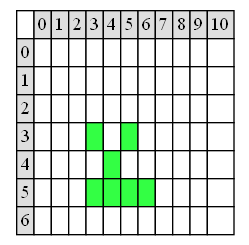
This is Matriz.png from MarisolPs618/IPC2_Proyecto1_202112395, a Graphviz export, as it was before one commit. Its source is kept beside it as Matriz.dot.
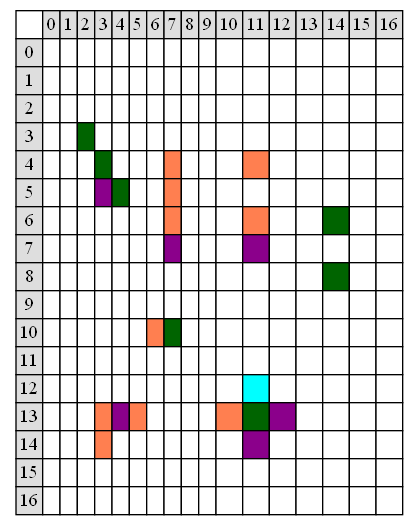
The same file after the commit.

The edit, as a diff of the source:
```diff
@@ -16,9 +16,21 @@
 <td bgcolor="gray87">8</td>
 <td bgcolor="gray87">9</td>
 <td bgcolor="gray87">10</td>
+<td bgcolor="gray87">11</td>
+<td bgcolor="gray87">12</td>
+<td bgcolor="gray87">13</td>
+<td bgcolor="gray87">14</td>
+<td bgcolor="gray87">15</td>
+<td bgcolor="gray87">16</td>
 </tr>
 <tr>
 <td bgcolor="gray87">0</td>
+<td bgcolor="white"></td>
+<td bgcolor="white"></td>
+<td bgcolor="white"></td>
+<td bgcolor="white"></td>
+<td bgcolor="white"></td>
+<td bgcolor="white"></td>
 <td bgcolor="white"></td>
 <td bgcolor="white"></td>
 <td bgcolor="white"></td>
@@ -44,9 +56,21 @@
 <td bgcolor="white"></td>
 <td bgcolor="white"></td>
 <td bgcolor="white"></td>
+<td bgcolor="white"></td>
+<td bgcolor="white"></td>
+<td bgcolor="white"></td>
+<td bgcolor="white"></td>
+<td bgcolor="white"></td>
+<td bgcolor="white"></td>
 </tr>
 <tr>
 <td bgcolor="gray87">2</td>
+<td bgcolor="white"></td>
+<td bgcolor="white"></td>
+<td bgcolor="white"></td>
+<td bgcolor="white"></td>
+<td bgcolor="white"></td>
+<td bgcolor="white"></td>
 <td bgcolor="white"></td>
 <td bgcolor="white"></td>
 <td bgcolor="white"></td>
@@ -63,10 +87,16 @@
 <td bgcolor="gray87">3</td>
 <td bgcolor="white"></td>
 <td bgcolor="white"></td>
+<td bgcolor="#006400"></td>
 <td bgcolor="white"></td>
-<td bgcolor="#33FF44"></td>
 <td bgcolor="white"></td>
-<td bgcolor="#33FF44"></td>
+<td bgcolor="white"></td>
+<td bgcolor="white"></td>
+<td bgcolor="white"></td>
+<td bgcolor="white"></td>
+<td bgcolor="white"></td>
+<td bgcolor="white"></td>
+<td bgcolor="white"></td>
 <td bgcolor="white"></td>
 <td bgcolor="white"></td>
 <td bgcolor="white"></td>
@@ -78,9 +108,15 @@
 <td bgcolor="white"></td>
 <td bgcolor="white"></td>
 <td bgcolor="white"></td>
+<td bgcolor="#006400"></td>
 <td bgcolor="white"></td>
-<td bgcolor="#33FF44"></td>
 <td bgcolor="white"></td>
+<td bgcolor="white"></td>
+<td bgcolor="#FF7F50"></td>
+<td bgcolor="white"></td>
+<td bgcolor="white"></td>
+<td bgcolor="white"></td>
+<td bgcolor="#FF7F50"></td>
 <td bgcolor="white"></td>
 <td bgcolor="white"></td>
 <td bgcolor="white"></td>
@@ -92,10 +128,16 @@
 <td bgcolor="white"></td>
 <td bgcolor="white"></td>
 <td bgcolor="white"></td>
-<td bgcolor="#33FF44"></td>
-<td bgcolor="#33FF44"></td>
-<td bgcolor="#33FF44"></td>
-<td bgcolor="#33FF44"></td>
+<td bgcolor="#8B008B"></td>
+<td bgcolor="#006400"></td>
+<td bgcolor="white"></td>
+<td bgcolor="white"></td>
+<td bgcolor="#FF7F50"></td>
+<td bgcolor="white"></td>
+<td bgcolor="white"></td>
+<td bgcolor="white"></td>
+<td bgcolor="white"></td>
+<td bgcolor="white"></td>
 <td bgcolor="white"></td>
 <td bgcolor="white"></td>
 <td bgcolor="white"></td>
@@ -110,6 +152,212 @@
 <td bgcolor="white"></td>
 <td bgcolor="white"></td>
 <td bgcolor="white"></td>
+<td bgcolor="#FF7F50"></td>
+<td bgcolor="white"></td>
+<td bgcolor="white"></td>
+<td bgcolor="white"></td>
+<td bgcolor="#FF7F50"></td>
+<td bgcolor="white"></td>
+<td bgcolor="white"></td>
+<td bgcolor="#006400"></td>
+<td bgcolor="white"></td>
+<td bgcolor="white"></td>
+</tr>
+<tr>
+<td bgcolor="gray87">7</td>
+<td bgcolor="white"></td>
+<td bgcolor="white"></td>
+<td bgcolor="white"></td>
+<td bgcolor="white"></td>
+<td bgcolor="white"></td>
+<td bgcolor="white"></td>
+<td bgcolor="white"></td>
+<td bgcolor="#8B008B"></td>
+<td bgcolor="white"></td>
+<td bgcolor="white"></td>
+<td bgcolor="white"></td>
+<td bgcolor="#8B008B"></td>
+<td bgcolor="white"></td>
+<td bgcolor="white"></td>
+<td bgcolor="white"></td>
+<td bgcolor="white"></td>
+<td bgcolor="white"></td>
+</tr>
+<tr>
+<td bgcolor="gray87">8</td>
+<td bgcolor="white"></td>
+<td bgcolor="white"></td>
+<td bgcolor="white"></td>
+<td bgcolor="white"></td>
+<td bgcolor="white"></td>
+<td bgcolor="white"></td>
+<td bgcolor="white"></td>
+<td bgcolor="white"></td>
+<td bgcolor="white"></td>
+<td bgcolor="white"></td>
+<td bgcolor="white"></td>
+<td bgcolor="white"></td>
+<td bgcolor="white"></td>
+<td bgcolor="white"></td>
+<td bgcolor="#006400"></td>
+<td bgcolor="white"></td>
+<td bgcolor="white"></td>
+</tr>
+<tr>
+<td bgcolor="gray87">9</td>
+<td bgcolor="white"></td>
+<td bgcolor="white"></td>
+<td bgcolor="white"></td>
+<td bgcolor="white"></td>
+<td bgcolor="white"></td>
+<td bgcolor="white"></td>
+<td bgcolor="white"></td>
+<td bgcolor="white"></td>
+<td bgcolor="white"></td>
+<td bgcolor="white"></td>
+<td bgcolor="white"></td>
+<td bgcolor="white"></td>
+<td bgcolor="white"></td>
+<td bgcolor="white"></td>
+<td bgcolor="white"></td>
+<td bgcolor="white"></td>
+<td bgcolor="white"></td>
+</tr>
+<tr>
+<td bgcolor="gray87">10</td>
+<td bgcolor="white"></td>
+<td bgcolor="white"></td>
+<td bgcolor="white"></td>
+<td bgcolor="white"></td>
+<td bgcolor="white"></td>
+<td bgcolor="white"></td>
+<td bgcolor="#FF7F50"></td>
+<td bgcolor="#006400"></td>
+<td bgcolor="white"></td>
+<td bgcolor="white"></td>
+<td bgcolor="white"></td>
+<td bgcolor="white"></td>
+<td bgcolor="white"></td>
+<td bgcolor="white"></td>
+<td bgcolor="white"></td>
+<td bgcolor="white"></td>
+<td bgcolor="white"></td>
+</tr>
+<tr>
+<td bgcolor="gray87">11</td>
+<td bgcolor="white"></td>
+<td bgcolor="white"></td>
+<td bgcolor="white"></td>
+<td bgcolor="white"></td>
+<td bgcolor="white"></td>
+<td bgcolor="white"></td>
+<td bgcolor="white"></td>
+<td bgcolor="white"></td>
+<td bgcolor="white"></td>
+<td bgcolor="white"></td>
+<td bgcolor="white"></td>
+<td bgcolor="white"></td>
+<td bgcolor="white"></td>
+<td bgcolor="white"></td>
+<td bgcolor="white"></td>
+<td bgcolor="white"></td>
+<td bgcolor="white"></td>
+</tr>
+<tr>
+<td bgcolor="gray87">12</td>
+<td bgcolor="white"></td>
+<td bgcolor="white"></td>
+<td bgcolor="white"></td>
+<td bgcolor="white"></td>
+<td bgcolor="white"></td>
+<td bgcolor="white"></td>
+<td bgcolor="white"></td>
+<td bgcolor="white"></td>
+<td bgcolor="white"></td>
+<td bgcolor="white"></td>
+<td bgcolor="white"></td>
+<td bgcolor="#00FFFF"></td>
+<td bgcolor="white"></td>
+<td bgcolor="white"></td>
+<td bgcolor="white"></td>
+<td bgcolor="white"></td>
+<td bgcolor="white"></td>
+</tr>
+<tr>
+<td bgcolor="gray87">13</td>
+<td bgcolor="white"></td>
+<td bgcolor="white"></td>
+<td bgcolor="white"></td>
+<td bgcolor="#FF7F50"></td>
+<td bgcolor="#8B008B"></td>
+<td bgcolor="#FF7F50"></td>
+<td bgcolor="white"></td>
+<td bgcolor="white"></td>
+<td bgcolor="white"></td>
+<td bgcolor="white"></td>
+<td bgcolor="#FF7F50"></td>
+<td bgcolor="#006400"></td>
+<td bgcolor="#8B008B"></td>
+<td bgcolor="white"></td>
+<td bgcolor="white"></td>
+<td bgcolor="white"></td>
+<td bgcolor="white"></td>
+</tr>
+<tr>
+<td bgcolor="gray87">14</td>
+<td bgcolor="white"></td>
+<td bgcolor="white"></td>
+<td bgcolor="white"></td>
+<td bgcolor="#FF7F50"></td>
+<td bgcolor="white"></td>
+<td bgcolor="white"></td>
+<td bgcolor="white"></td>
+<td bgcolor="white"></td>
+<td bgcolor="white"></td>
+<td bgcolor="white"></td>
+<td bgcolor="white"></td>
+<td bgcolor="#8B008B"></td>
+<td bgcolor="white"></td>
+<td bgcolor="white"></td>
+<td bgcolor="white"></td>
+<td bgcolor="white"></td>
+<td bgcolor="white"></td>
+</tr>
+<tr>
+<td bgcolor="gray87">15</td>
+<td bgcolor="white"></td>
+<td bgcolor="white"></td>
+<td bgcolor="white"></td>
+<td bgcolor="white"></td>
+<td bgcolor="white"></td>
+<td bgcolor="white"></td>
+<td bgcolor="white"></td>
+<td bgcolor="white"></td>
+<td bgcolor="white"></td>
+<td bgcolor="white"></td>
+<td bgcolor="white"></td>
+<td bgcolor="white"></td>
+<td bgcolor="white"></td>
+<td bgcolor="white"></td>
+<td bgcolor="white"></td>
+<td bgcolor="white"></td>
+<td bgcolor="white"></td>
+</tr>
+<tr>
+<td bgcolor="gray87">16</td>
+<td bgcolor="white"></td>
+<td bgcolor="white"></td>
+<td bgcolor="white"></td>
+<td bgcolor="white"></td>
+<td bgcolor="white"></td>
+<td bgcolor="white"></td>
+<td bgcolor="white"></td>
+<td bgcolor="white"></td>
+<td bgcolor="white"></td>
+<td bgcolor="white"></td>
+<td bgcolor="white"></td>
+<td bgcolor="white"></td>
+<td bgcolor="white"></td>
 <td bgcolor="white"></td>
 <td bgcolor="white"></td>
 <td bgcolor="white"></td>
```
